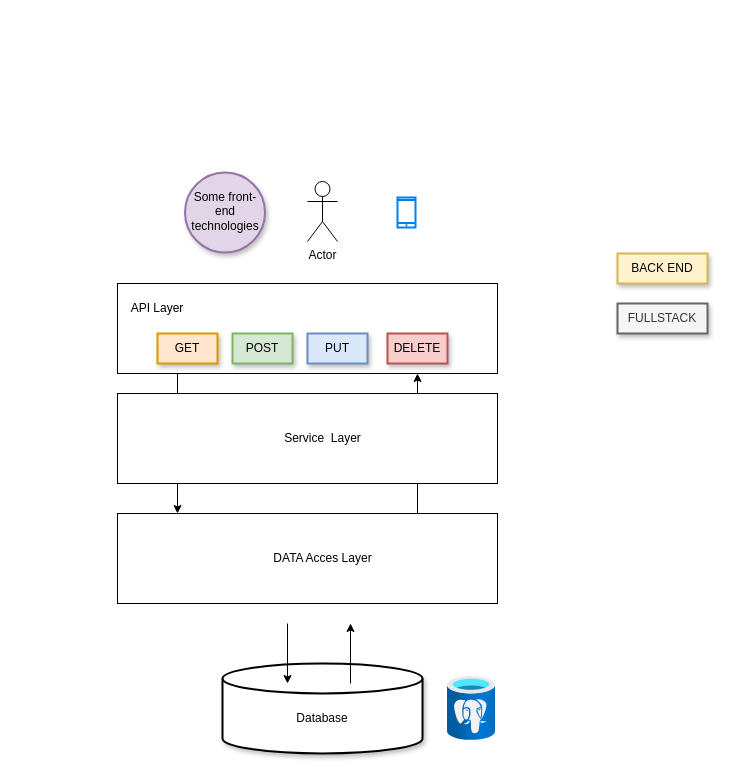
The draw.io diagram playingWithSpring Diagram.drawio in valerianoalmondo/playingWithSpringBoot, before the edit. Source tidied: cells renumbered, new cells numbered last; positions are measured from the earlier drawing's top-left corner, leaving out a move shared by most shapes. Both pictures are drawn from the tidied source at 100%, with x=0, y=0 at pixel (117, 172).
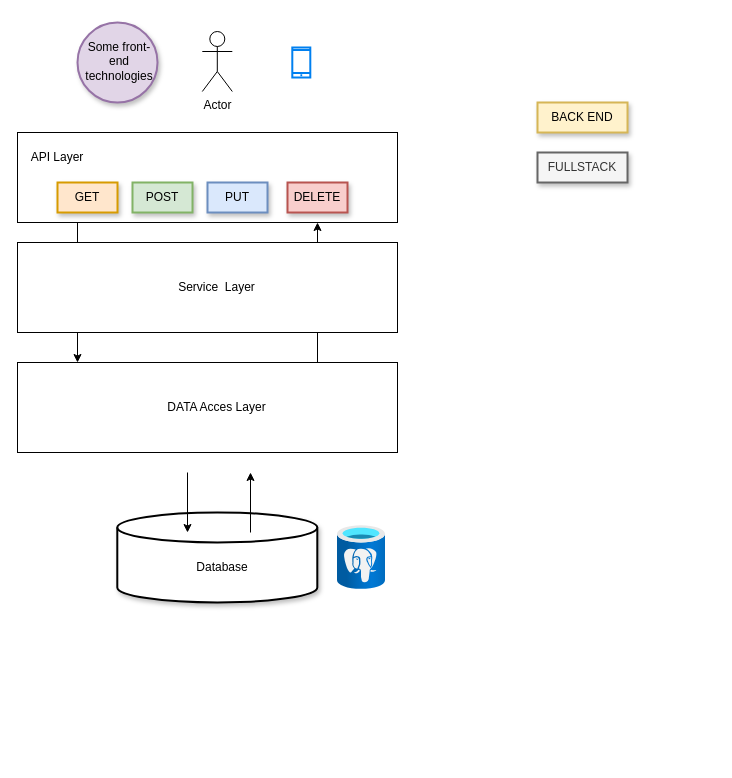
The same page after the edit.

Diff of the diagram source:
```diff
@@
     <mxCell id="2" value="Actor" style="shape=umlActor;verticalLabelPosition=bottom;verticalAlign=top;html=1;" parent="1" vertex="1">
-      <mxGeometry x="190" y="9" width="30" height="60" as="geometry" />
+      <mxGeometry x="84.8" y="-141" width="30" height="60" as="geometry" />
     </mxCell>
-    <mxCell id="3" style="html=1;verticalLabelPosition=bottom;align=center;labelBackgroundColor=#ffffff;verticalAlign=top;strokeWidth=2;strokeColor=#0080F0;shadow=0;dashed=0;shape=mxgraph.ios7.icons.smartphone;" parent="1" vertex="1">
-      <mxGeometry x="280" y="25" width="18" height="30" as="geometry" />
-    </mxCell>
-    <mxCell id="4" style="edgeStyle=orthogonalEdgeStyle;rounded=0;jettySize=auto;html=1;" parent="1" edge="1" source="5" target="7">
-      <mxGeometry relative="1" as="geometry">
-        <Array as="points">
-          <mxPoint x="60" y="271" />
-          <mxPoint x="60" y="271" />
-        </Array>
-      </mxGeometry>
-    </mxCell>
-    <mxCell id="5" style="rounded=0;whiteSpace=wrap;html=1;" parent="1" vertex="1">
-      <mxGeometry y="111" width="380" height="90" as="geometry" />
-    </mxCell>
-    <mxCell id="6" style="edgeStyle=orthogonalEdgeStyle;rounded=0;jettySize=auto;html=1;" parent="1" edge="1" source="7" target="5">
-      <mxGeometry relative="1" as="geometry">
-        <Array as="points">
-          <mxPoint x="300" y="251" />
-          <mxPoint x="300" y="251" />
-        </Array>
-      </mxGeometry>
-    </mxCell>
-    <mxCell id="7" style="rounded=0;whiteSpace=wrap;html=1;" parent="1" vertex="1">
-      <mxGeometry y="341" width="380" height="90" as="geometry" />
-    </mxCell>
+    <mxCell id="25" style="html=1;verticalLabelPosition=bottom;align=center;labelBackgroundColor=#ffffff;verticalAlign=top;strokeWidth=2;strokeColor=#0080F0;shadow=0;dashed=0;shape=mxgraph.ios7.icons.smartphone;" parent="1" vertex="1">
+      <mxGeometry x="174.8" y="-125" width="18" height="30" as="geometry" />
+    </mxCell>
+    <mxCell id="26" style="edgeStyle=orthogonalEdgeStyle;rounded=0;jettySize=auto;html=1;" parent="1" edge="1" source="27" target="29">
+      <mxGeometry relative="1" as="geometry">
+        <Array as="points">
+          <mxPoint x="-40" y="120" />
+          <mxPoint x="-40" y="120" />
+        </Array>
+      </mxGeometry>
+    </mxCell>
+    <mxCell id="27" style="rounded=0;whiteSpace=wrap;html=1;" parent="1" vertex="1">
+      <mxGeometry x="-100" y="-40" width="380" height="90" as="geometry" />
+    </mxCell>
+    <mxCell id="28" style="edgeStyle=orthogonalEdgeStyle;rounded=0;jettySize=auto;html=1;" parent="1" edge="1" source="29" target="27">
+      <mxGeometry relative="1" as="geometry">
+        <Array as="points">
+          <mxPoint x="200" y="100" />
+          <mxPoint x="200" y="100" />
+        </Array>
+      </mxGeometry>
+    </mxCell>
+    <mxCell id="29" style="rounded=0;whiteSpace=wrap;html=1;" parent="1" vertex="1">
+      <mxGeometry x="-100" y="190" width="380" height="90" as="geometry" />
+    </mxCell>
     <mxCell id="8" value="API Layer" style="text;html=1;strokeColor=none;fillColor=none;align=center;verticalAlign=middle;whiteSpace=wrap;rounded=0;" parent="1" vertex="1">
-      <mxGeometry x="10" y="121" width="60" height="30" as="geometry" />
+      <mxGeometry x="-90" y="-30" width="60" height="30" as="geometry" />
     </mxCell>
     <mxCell id="9" value="DATA Acces Layer" style="text;html=1;strokeColor=none;fillColor=none;align=center;verticalAlign=middle;whiteSpace=wrap;rounded=0;" parent="1" vertex="1">
-      <mxGeometry x="147.5" y="371" width="115" height="30" as="geometry" />
+      <mxGeometry x="42.2" y="220" width="115" height="30" as="geometry" />
     </mxCell>
     <mxCell id="10" value="GET" style="text;html=1;align=center;verticalAlign=middle;whiteSpace=wrap;rounded=0;shadow=1;gradientDirection=east;fillColor=#ffe6cc;strokeColor=#d79b00;strokeWidth=2;" parent="1" vertex="1">
-      <mxGeometry x="40" y="161" width="60" height="30" as="geometry" />
+      <mxGeometry x="-60" y="10" width="60" height="30" as="geometry" />
     </mxCell>
     <mxCell id="11" value="POST" style="text;html=1;align=center;verticalAlign=middle;whiteSpace=wrap;rounded=0;shadow=1;gradientDirection=east;fillColor=#d5e8d4;strokeColor=#82b366;strokeWidth=2;" parent="1" vertex="1">
-      <mxGeometry x="115" y="161" width="60" height="30" as="geometry" />
+      <mxGeometry x="15" y="10" width="60" height="30" as="geometry" />
     </mxCell>
     <mxCell id="12" value="PUT" style="text;html=1;align=center;verticalAlign=middle;whiteSpace=wrap;rounded=0;shadow=1;gradientDirection=east;fillColor=#dae8fc;strokeColor=#6c8ebf;strokeWidth=2;" parent="1" vertex="1">
-      <mxGeometry x="190" y="161" width="60" height="30" as="geometry" />
+      <mxGeometry x="90" y="10" width="60" height="30" as="geometry" />
     </mxCell>
     <mxCell id="13" value="DELETE" style="text;html=1;align=center;verticalAlign=middle;whiteSpace=wrap;rounded=0;shadow=1;gradientDirection=east;fillColor=#f8cecc;strokeColor=#b85450;strokeWidth=2;" parent="1" vertex="1">
-      <mxGeometry x="270" y="161" width="60" height="30" as="geometry" />
+      <mxGeometry x="170" y="10" width="60" height="30" as="geometry" />
     </mxCell>
-    <mxCell id="14" style="ellipse;whiteSpace=wrap;html=1;shadow=1;strokeColor=#9673a6;strokeWidth=2;fillColor=#e1d5e7;gradientDirection=east;" parent="1" vertex="1">
-      <mxGeometry x="67.5" width="80" height="80" as="geometry" />
-    </mxCell>
+    <mxCell id="30" style="ellipse;whiteSpace=wrap;html=1;shadow=1;strokeColor=#9673a6;strokeWidth=2;fillColor=#e1d5e7;gradientDirection=east;" parent="1" vertex="1">
+      <mxGeometry x="-40" y="-150" width="80" height="80" as="geometry" />
+    </mxCell>
     <mxCell id="15" value="Some front-end technologies" style="text;html=1;strokeColor=none;fillColor=none;align=center;verticalAlign=middle;whiteSpace=wrap;rounded=0;shadow=1;" parent="1" vertex="1">
-      <mxGeometry x="77.5" y="24" width="60" height="30" as="geometry" />
+      <mxGeometry x="-27.8" y="-126" width="60" height="30" as="geometry" />
     </mxCell>
-    <mxCell id="16" style="shape=cylinder3;whiteSpace=wrap;html=1;boundedLbl=1;backgroundOutline=1;size=15;shadow=1;strokeColor=#000000;strokeWidth=2;fillColor=default;gradientColor=none;gradientDirection=east;" parent="1" vertex="1">
-      <mxGeometry x="105" y="491" width="200" height="90" as="geometry" />
-    </mxCell>
-    <mxCell id="17" style="rounded=0;whiteSpace=wrap;html=1;" parent="1" vertex="1">
-      <mxGeometry y="221" width="380" height="90" as="geometry" />
-    </mxCell>
+    <mxCell id="31" style="shape=cylinder3;whiteSpace=wrap;html=1;boundedLbl=1;backgroundOutline=1;size=15;shadow=1;strokeColor=#000000;strokeWidth=2;fillColor=default;gradientColor=none;gradientDirection=east;" parent="1" vertex="1">
+      <mxGeometry x="-0.2" y="340" width="200" height="90" as="geometry" />
+    </mxCell>
+    <mxCell id="32" style="rounded=0;whiteSpace=wrap;html=1;" parent="1" vertex="1">
+      <mxGeometry x="-100" y="70" width="380" height="90" as="geometry" />
+    </mxCell>
     <mxCell id="18" value="Service &amp;nbsp;Layer" style="text;html=1;strokeColor=none;fillColor=none;align=center;verticalAlign=middle;whiteSpace=wrap;rounded=0;" parent="1" vertex="1">
-      <mxGeometry x="157.5" y="251" width="95" height="30" as="geometry" />
+      <mxGeometry x="52.2" y="100" width="95" height="30" as="geometry" />
     </mxCell>
-    <mxCell id="19" style="endArrow=classic;html=1;rounded=0;" parent="1" edge="1">
-      <mxGeometry relative="1" as="geometry">
-        <mxPoint x="170" y="451" as="sourcePoint" />
-        <mxPoint x="170" y="511" as="targetPoint" />
-      </mxGeometry>
-    </mxCell>
-    <mxCell id="20" style="endArrow=classic;html=1;rounded=0;" parent="1" edge="1">
-      <mxGeometry relative="1" as="geometry">
-        <mxPoint x="233" y="511" as="sourcePoint" />
-        <mxPoint x="233" y="451" as="targetPoint" />
-      </mxGeometry>
-    </mxCell>
+    <mxCell id="33" style="endArrow=classic;html=1;rounded=0;" parent="1" edge="1">
+      <mxGeometry relative="1" as="geometry">
+        <mxPoint x="70" y="300" as="sourcePoint" />
+        <mxPoint x="70" y="360" as="targetPoint" />
+      </mxGeometry>
+    </mxCell>
+    <mxCell id="34" style="endArrow=classic;html=1;rounded=0;" parent="1" edge="1">
+      <mxGeometry relative="1" as="geometry">
+        <mxPoint x="133" y="360" as="sourcePoint" />
+        <mxPoint x="133" y="300" as="targetPoint" />
+      </mxGeometry>
+    </mxCell>
     <mxCell id="21" value="Database" style="text;html=1;strokeColor=none;fillColor=none;align=center;verticalAlign=middle;whiteSpace=wrap;rounded=0;shadow=1;" parent="1" vertex="1">
-      <mxGeometry x="175" y="531" width="60" height="30" as="geometry" />
+      <mxGeometry x="75" y="380" width="60" height="30" as="geometry" />
     </mxCell>
     <mxCell id="22" value="BACK END" style="text;html=1;align=center;verticalAlign=middle;whiteSpace=wrap;rounded=0;shadow=1;gradientDirection=east;fillColor=#fff2cc;strokeColor=#d6b656;strokeWidth=2;" parent="1" vertex="1">
-      <mxGeometry x="500" y="81" width="90" height="30" as="geometry" />
+      <mxGeometry x="420" y="-70" width="90" height="30" as="geometry" />
     </mxCell>
     <mxCell id="23" value="FULLSTACK" style="text;html=1;align=center;verticalAlign=middle;whiteSpace=wrap;rounded=0;shadow=1;gradientDirection=east;fillColor=#f5f5f5;strokeColor=#666666;strokeWidth=2;fontColor=#333333;" parent="1" vertex="1">
-      <mxGeometry x="500" y="131" width="90" height="30" as="geometry" />
+      <mxGeometry x="420" y="-20" width="90" height="30" as="geometry" />
     </mxCell>
-    <mxCell id="24" style="html=1;align=center;image;fontSize=12;image=img/lib/azure2/databases/Azure_Database_PostgreSQL_Server.svg;" parent="1" vertex="1">
-      <mxGeometry x="330" y="504" width="48" height="64" as="geometry" />
-    </mxCell>
+    <mxCell id="35" style="html=1;align=center;image;fontSize=12;image=img/lib/azure2/databases/Azure_Database_PostgreSQL_Server.svg;" parent="1" vertex="1">
+      <mxGeometry x="220" y="353" width="48" height="64" as="geometry" />
+    </mxCell>
```
